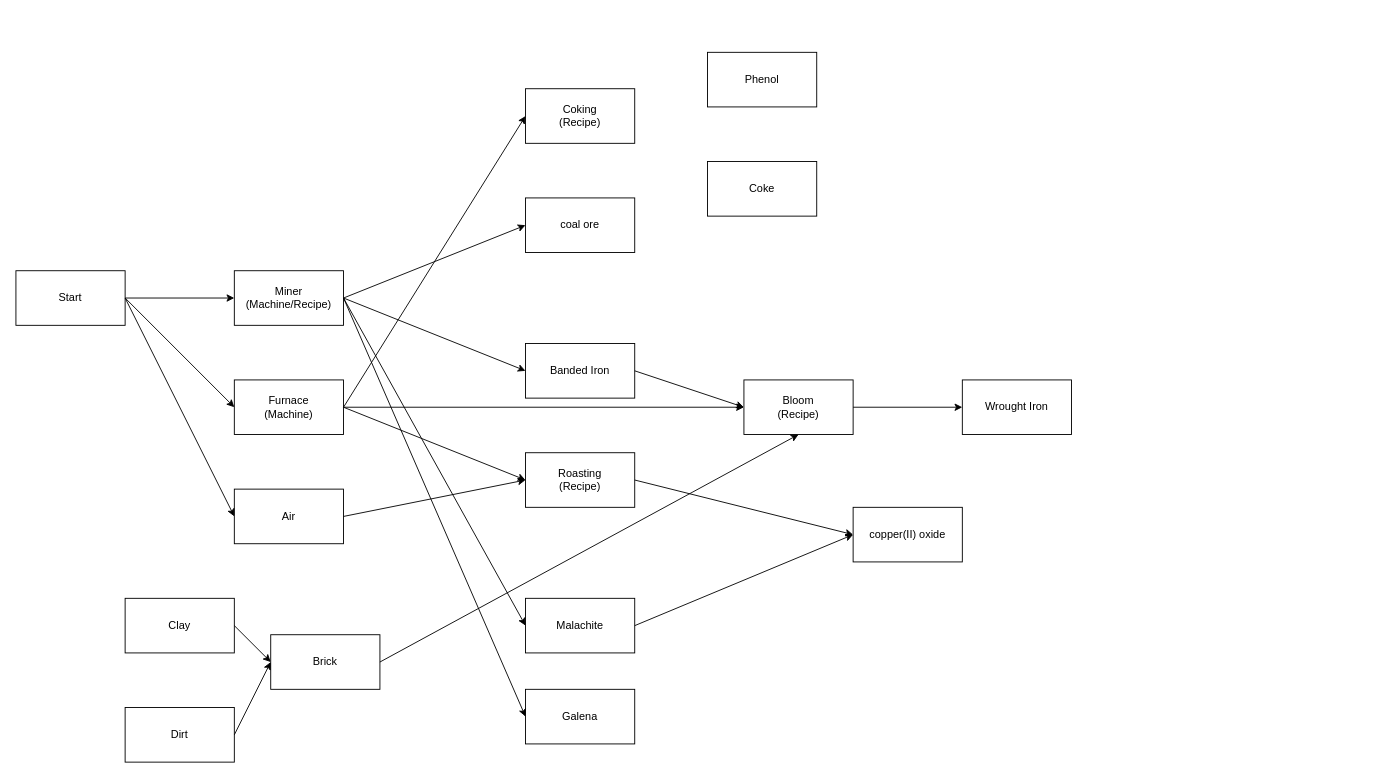
Earlier version of the draw.io diagram game_idea.drawio (aluminium0316/flowcharts). Source tidied: cells renumbered, new cells numbered last; positions are measured from the earlier drawing's top-left corner, leaving out a move shared by most shapes. Both pictures are drawn from the tidied source at 91%, with x=0, y=0 at pixel (15, 52).
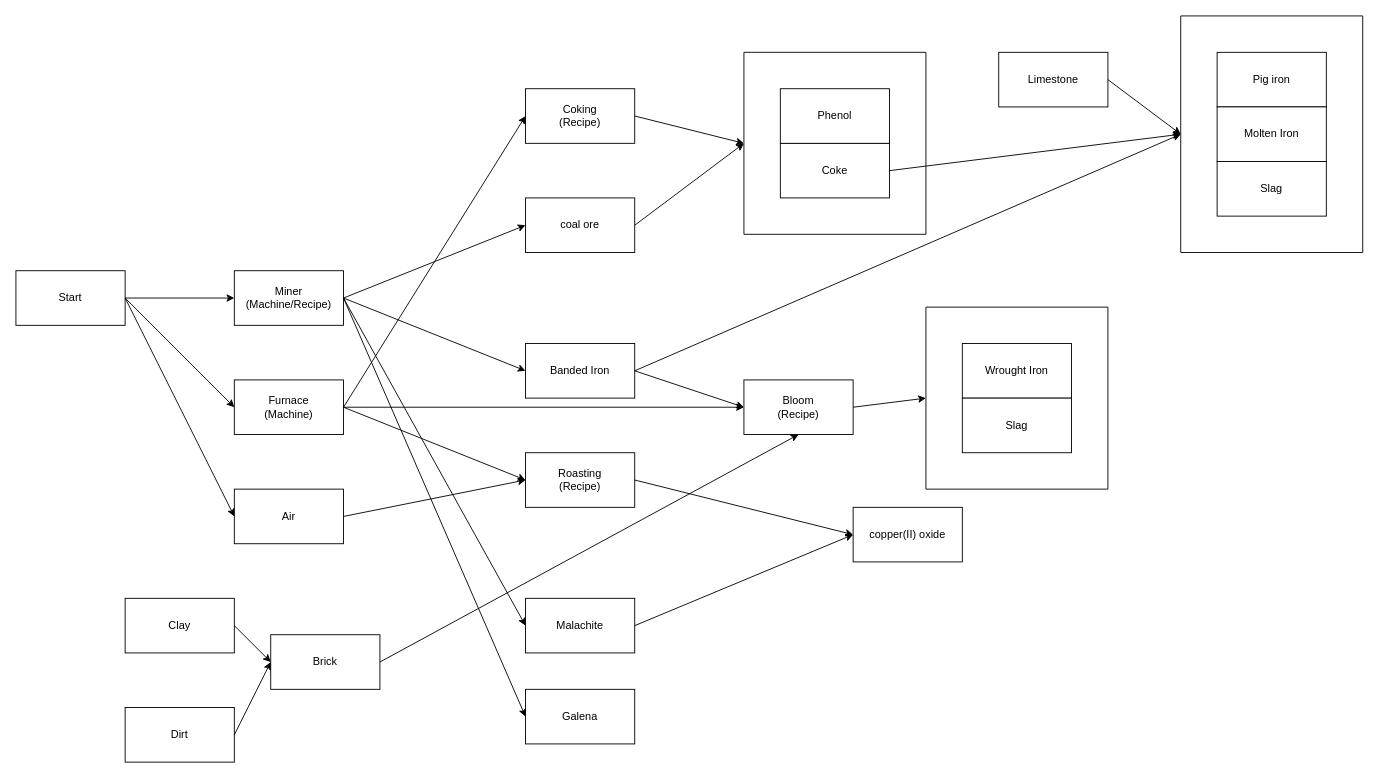
After the change.

The change refers to these unchanged cells:
```xml
<mxCell id="4" value="coal ore" style="rounded=0;whiteSpace=wrap;html=1;" parent="1" vertex="1">
  <mxGeometry x="560" y="160" width="120" height="60" as="geometry" />
</mxCell>
<mxCell id="6" value="Banded Iron" style="rounded=0;whiteSpace=wrap;html=1;" parent="1" vertex="1">
  <mxGeometry x="560" y="320" width="120" height="60" as="geometry" />
</mxCell>
<mxCell id="22" value="Bloom&lt;br&gt;(Recipe)" style="rounded=0;whiteSpace=wrap;html=1;" parent="1" vertex="1">
  <mxGeometry x="800" y="360" width="120" height="60" as="geometry" />
</mxCell>
<mxCell id="36" value="Coking&lt;br&gt;(Recipe)" style="rounded=0;whiteSpace=wrap;html=1;" parent="1" vertex="1">
  <mxGeometry x="560" y="40" width="120" height="60" as="geometry" />
</mxCell>
```

The edit, as a diff of the source:
```diff
@@
-    <mxCell id="20" value="Coke" style="rounded=0;whiteSpace=wrap;html=1;" parent="1" vertex="1">
-      <mxGeometry x="760" y="120" width="120" height="60" as="geometry" />
-    </mxCell>
-    <mxCell id="21" value="Phenol" style="rounded=0;whiteSpace=wrap;html=1;" parent="1" vertex="1">
-      <mxGeometry x="760" width="120" height="60" as="geometry" />
-    </mxCell>
@@
-    <mxCell id="25" value="Wrought Iron" style="rounded=0;whiteSpace=wrap;html=1;" parent="1" vertex="1">
-      <mxGeometry x="1040" y="360" width="120" height="60" as="geometry" />
-    </mxCell>
-    <mxCell id="26" style="endArrow=classic;html=1;rounded=0;exitX=1;exitY=0.5;exitDx=0;exitDy=0;entryX=0;entryY=0.5;entryDx=0;entryDy=0;" parent="1" edge="1" source="22" target="25">
+    <mxCell id="26" style="endArrow=classic;html=1;rounded=0;exitX=1;exitY=0.5;exitDx=0;exitDy=0;entryX=0;entryY=0.5;entryDx=0;entryDy=0;" parent="1" edge="1" source="22" target="42">
       <mxGeometry relative="1" as="geometry" />
     </mxCell>
@@
+    <mxCell id="38" style="endArrow=classic;html=1;rounded=0;exitX=1;exitY=0.5;exitDx=0;exitDy=0;entryX=0;entryY=0.5;entryDx=0;entryDy=0;" parent="1" edge="1" source="4" target="40">
+      <mxGeometry relative="1" as="geometry" />
+    </mxCell>
+    <mxCell id="39" style="endArrow=classic;html=1;rounded=0;exitX=1;exitY=0.5;exitDx=0;exitDy=0;entryX=0;entryY=0.5;entryDx=0;entryDy=0;" parent="1" edge="1" source="36" target="40">
+      <mxGeometry relative="1" as="geometry" />
+    </mxCell>
+    <mxCell id="40" style="swimlane;startSize=0;" parent="1" vertex="1">
+      <mxGeometry x="800" width="200" height="200" as="geometry" />
+    </mxCell>
+    <mxCell id="20" value="Coke" style="rounded=0;whiteSpace=wrap;html=1;" parent="40" vertex="1">
+      <mxGeometry x="40" y="100" width="120" height="60" as="geometry" />
+    </mxCell>
+    <mxCell id="21" value="Phenol" style="rounded=0;whiteSpace=wrap;html=1;" parent="40" vertex="1">
+      <mxGeometry x="40" y="40" width="120" height="60" as="geometry" />
+    </mxCell>
+    <mxCell id="41" style="endArrow=classic;html=1;rounded=0;exitX=1;exitY=0.5;exitDx=0;exitDy=0;entryX=0;entryY=0.5;entryDx=0;entryDy=0;" parent="1" edge="1" source="20" target="44">
+      <mxGeometry relative="1" as="geometry" />
+    </mxCell>
+    <mxCell id="42" style="swimlane;startSize=0;" parent="1" vertex="1">
+      <mxGeometry x="1000" y="280" width="200" height="200" as="geometry" />
+    </mxCell>
+    <mxCell id="25" value="Wrought Iron" style="rounded=0;whiteSpace=wrap;html=1;" parent="42" vertex="1">
+      <mxGeometry x="40" y="40" width="120" height="60" as="geometry" />
+    </mxCell>
+    <mxCell id="43" value="Slag" style="rounded=0;whiteSpace=wrap;html=1;" parent="42" vertex="1">
+      <mxGeometry x="40" y="100" width="120" height="60" as="geometry" />
+    </mxCell>
+    <mxCell id="44" style="swimlane;startSize=0;" parent="1" vertex="1">
+      <mxGeometry x="1280" y="-40" width="200" height="260" as="geometry" />
+    </mxCell>
+    <mxCell id="45" value="Pig iron" style="rounded=0;whiteSpace=wrap;html=1;" parent="44" vertex="1">
+      <mxGeometry x="40" y="40" width="120" height="60" as="geometry" />
+    </mxCell>
+    <mxCell id="46" value="Molten Iron" style="rounded=0;whiteSpace=wrap;html=1;" parent="44" vertex="1">
+      <mxGeometry x="40" y="100" width="120" height="60" as="geometry" />
+    </mxCell>
+    <mxCell id="47" value="Slag" style="rounded=0;whiteSpace=wrap;html=1;" parent="44" vertex="1">
+      <mxGeometry x="40" y="160" width="120" height="60" as="geometry" />
+    </mxCell>
+    <mxCell id="48" value="Limestone" style="rounded=0;whiteSpace=wrap;html=1;" parent="1" vertex="1">
+      <mxGeometry x="1080" width="120" height="60" as="geometry" />
+    </mxCell>
+    <mxCell id="49" style="endArrow=classic;html=1;rounded=0;exitX=1;exitY=0.5;exitDx=0;exitDy=0;entryX=0;entryY=0.5;entryDx=0;entryDy=0;" parent="1" edge="1" source="48" target="44">
+      <mxGeometry relative="1" as="geometry" />
+    </mxCell>
+    <mxCell id="50" style="endArrow=classic;html=1;rounded=0;exitX=1;exitY=0.5;exitDx=0;exitDy=0;entryX=0;entryY=0.5;entryDx=0;entryDy=0;" parent="1" edge="1" source="6" target="44">
+      <mxGeometry relative="1" as="geometry" />
+    </mxCell>
```
